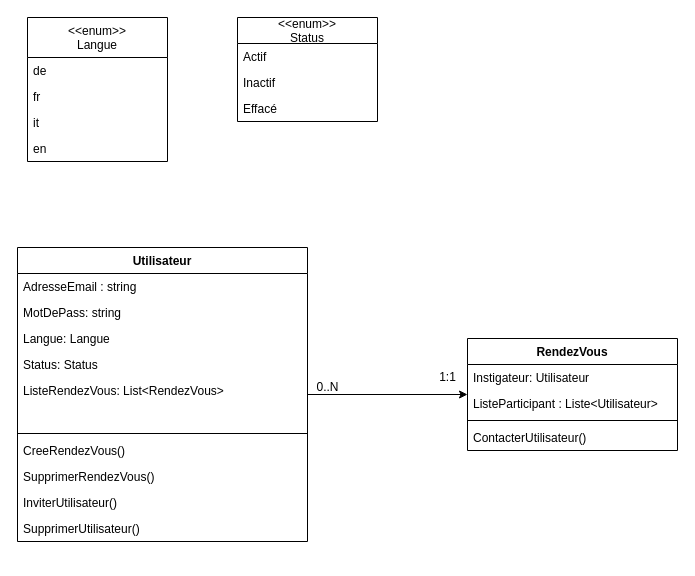
The draw.io diagram ExamClasse.drawio in Devetik/Diagrammes, before the edit. Source tidied: cells renumbered, new cells numbered last; positions are measured from the earlier drawing's top-left corner, leaving out a move shared by most shapes. Both pictures are drawn from the tidied source at 100%, with x=0, y=0 at pixel (17, 17).
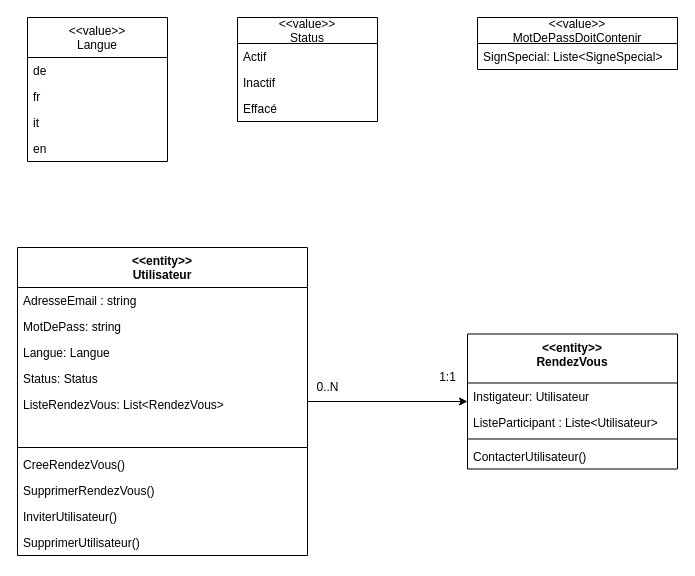
The same diagram, later.

The edit, as a diff of the source:
```diff
@@
-    <mxCell id="3" value="Utilisateur" style="swimlane;fontStyle=1;align=center;verticalAlign=top;horizontal=1;startSize=26;" parent="1" vertex="1">
-      <mxGeometry y="230" width="290" height="294" as="geometry" />
+    <mxCell id="3" value="&lt;&lt;entity&gt;&gt;&#10;Utilisateur" style="swimlane;fontStyle=1;align=center;verticalAlign=top;horizontal=1;startSize=40;" parent="1" vertex="1">
+      <mxGeometry y="230" width="290" height="308" as="geometry" />
     </mxCell>
     <mxCell id="4" value="AdresseEmail : string" style="text;strokeColor=none;fillColor=none;align=left;verticalAlign=top;spacingLeft=4;spacingRight=4;overflow=hidden;" parent="3" vertex="1">
-      <mxGeometry y="26" width="290" height="26" as="geometry" />
+      <mxGeometry y="40" width="290" height="26" as="geometry" />
     </mxCell>
     <mxCell id="5" value="MotDePass: string" style="text;strokeColor=none;fillColor=none;align=left;verticalAlign=top;spacingLeft=4;spacingRight=4;overflow=hidden;" parent="3" vertex="1">
-      <mxGeometry y="52" width="290" height="26" as="geometry" />
+      <mxGeometry y="66" width="290" height="26" as="geometry" />
     </mxCell>
     <mxCell id="6" value="Langue: Langue" style="text;strokeColor=none;fillColor=none;align=left;verticalAlign=top;spacingLeft=4;spacingRight=4;overflow=hidden;" parent="3" vertex="1">
-      <mxGeometry y="78" width="290" height="26" as="geometry" />
+      <mxGeometry y="92" width="290" height="26" as="geometry" />
     </mxCell>
     <mxCell id="7" value="Status: Status" style="text;strokeColor=none;fillColor=none;align=left;verticalAlign=top;spacingLeft=4;spacingRight=4;overflow=hidden;" parent="3" vertex="1">
-      <mxGeometry y="104" width="290" height="26" as="geometry" />
+      <mxGeometry y="118" width="290" height="26" as="geometry" />
     </mxCell>
     <mxCell id="8" value="ListeRendezVous: List&lt;RendezVous&gt;" style="text;strokeColor=none;fillColor=none;align=left;verticalAlign=top;spacingLeft=4;spacingRight=4;overflow=hidden;" parent="3" vertex="1">
-      <mxGeometry y="130" width="290" height="26" as="geometry" />
+      <mxGeometry y="144" width="290" height="26" as="geometry" />
     </mxCell>
     <mxCell id="9" style="text;strokeColor=none;fillColor=none;align=left;verticalAlign=top;spacingLeft=4;spacingRight=4;overflow=hidden;" parent="3" vertex="1">
-      <mxGeometry y="156" width="290" height="26" as="geometry" />
+      <mxGeometry y="170" width="290" height="26" as="geometry" />
     </mxCell>
     <mxCell id="10" style="line;strokeWidth=1;fillColor=none;align=left;verticalAlign=middle;spacingTop=-1;spacingLeft=3;spacingRight=3;labelPosition=right;" parent="3" vertex="1">
-      <mxGeometry y="182" width="290" height="8" as="geometry" />
+      <mxGeometry y="196" width="290" height="8" as="geometry" />
     </mxCell>
     <mxCell id="11" value="CreeRendezVous()" style="text;strokeColor=none;fillColor=none;align=left;verticalAlign=top;spacingLeft=4;spacingRight=4;overflow=hidden;" parent="3" vertex="1">
-      <mxGeometry y="190" width="290" height="26" as="geometry" />
+      <mxGeometry y="204" width="290" height="26" as="geometry" />
     </mxCell>
     <mxCell id="12" value="SupprimerRendezVous()" style="text;strokeColor=none;fillColor=none;align=left;verticalAlign=top;spacingLeft=4;spacingRight=4;overflow=hidden;" parent="3" vertex="1">
-      <mxGeometry y="216" width="290" height="26" as="geometry" />
+      <mxGeometry y="230" width="290" height="26" as="geometry" />
     </mxCell>
     <mxCell id="13" value="InviterUtilisateur()" style="text;strokeColor=none;fillColor=none;align=left;verticalAlign=top;spacingLeft=4;spacingRight=4;overflow=hidden;" parent="3" vertex="1">
-      <mxGeometry y="242" width="290" height="26" as="geometry" />
+      <mxGeometry y="256" width="290" height="26" as="geometry" />
     </mxCell>
     <mxCell id="14" value="SupprimerUtilisateur()" style="text;strokeColor=none;fillColor=none;align=left;verticalAlign=top;spacingLeft=4;spacingRight=4;overflow=hidden;" parent="3" vertex="1">
-      <mxGeometry y="268" width="290" height="26" as="geometry" />
+      <mxGeometry y="282" width="290" height="26" as="geometry" />
     </mxCell>
-    <mxCell id="15" value="RendezVous" style="swimlane;fontStyle=1;align=center;verticalAlign=top;horizontal=1;startSize=26;" parent="1" vertex="1">
-      <mxGeometry x="450" y="321" width="210" height="112" as="geometry" />
+    <mxCell id="15" value="&lt;&lt;entity&gt;&gt;&#10;RendezVous" style="swimlane;fontStyle=1;align=center;verticalAlign=top;horizontal=1;startSize=49;" parent="1" vertex="1">
+      <mxGeometry x="450" y="316.5" width="210" height="135" as="geometry" />
     </mxCell>
     <mxCell id="16" value="Instigateur: Utilisateur" style="text;strokeColor=none;fillColor=none;align=left;verticalAlign=top;spacingLeft=4;spacingRight=4;overflow=hidden;" parent="15" vertex="1">
-      <mxGeometry y="26" width="210" height="26" as="geometry" />
+      <mxGeometry y="49" width="210" height="26" as="geometry" />
     </mxCell>
     <mxCell id="17" value="ListeParticipant : Liste&lt;Utilisateur&gt;" style="text;strokeColor=none;fillColor=none;align=left;verticalAlign=top;spacingLeft=4;spacingRight=4;overflow=hidden;" parent="15" vertex="1">
-      <mxGeometry y="52" width="210" height="26" as="geometry" />
+      <mxGeometry y="75" width="210" height="26" as="geometry" />
     </mxCell>
     <mxCell id="18" style="line;strokeWidth=1;fillColor=none;align=left;verticalAlign=middle;spacingTop=-1;spacingLeft=3;spacingRight=3;labelPosition=right;" parent="15" vertex="1">
-      <mxGeometry y="78" width="210" height="8" as="geometry" />
+      <mxGeometry y="101" width="210" height="8" as="geometry" />
     </mxCell>
     <mxCell id="19" value="ContacterUtilisateur()" style="text;strokeColor=none;fillColor=none;align=left;verticalAlign=top;spacingLeft=4;spacingRight=4;overflow=hidden;" parent="15" vertex="1">
-      <mxGeometry y="86" width="210" height="26" as="geometry" />
+      <mxGeometry y="109" width="210" height="26" as="geometry" />
     </mxCell>
-    <mxCell id="20" value="&lt;&lt;enum&gt;&gt;&#10;Langue" style="swimlane;fontStyle=0;horizontal=1;startSize=40;fillColor=none;" parent="1" vertex="1">
+    <mxCell id="20" value="&lt;&lt;value&gt;&gt;&#10;Langue" style="swimlane;fontStyle=0;horizontal=1;startSize=40;fillColor=none;" parent="1" vertex="1">
       <mxGeometry x="10" width="140" height="144" as="geometry" />
     </mxCell>
@@
-    <mxCell id="27" value="&lt;&lt;enum&gt;&gt;&#10;Status" style="swimlane;fontStyle=0;horizontal=1;startSize=26;fillColor=none;" parent="1" vertex="1">
+    <mxCell id="27" value="&lt;&lt;value&gt;&gt;&#10;Status" style="swimlane;fontStyle=0;horizontal=1;startSize=26;fillColor=none;" parent="1" vertex="1">
       <mxGeometry x="220" width="140" height="104" as="geometry" />
     </mxCell>
@@
+    <mxCell id="31" value="&lt;&lt;value&gt;&gt;&#10;MotDePassDoitContenir" style="swimlane;fontStyle=0;horizontal=1;startSize=26;fillColor=none;" parent="1" vertex="1">
+      <mxGeometry x="460" width="200" height="52" as="geometry" />
+    </mxCell>
+    <mxCell id="32" value="SignSpecial: Liste&lt;SigneSpecial&gt;" style="text;strokeColor=none;fillColor=none;align=left;verticalAlign=top;spacingLeft=4;spacingRight=4;overflow=hidden;" parent="31" vertex="1">
+      <mxGeometry y="26" width="200" height="26" as="geometry" />
+    </mxCell>
```
